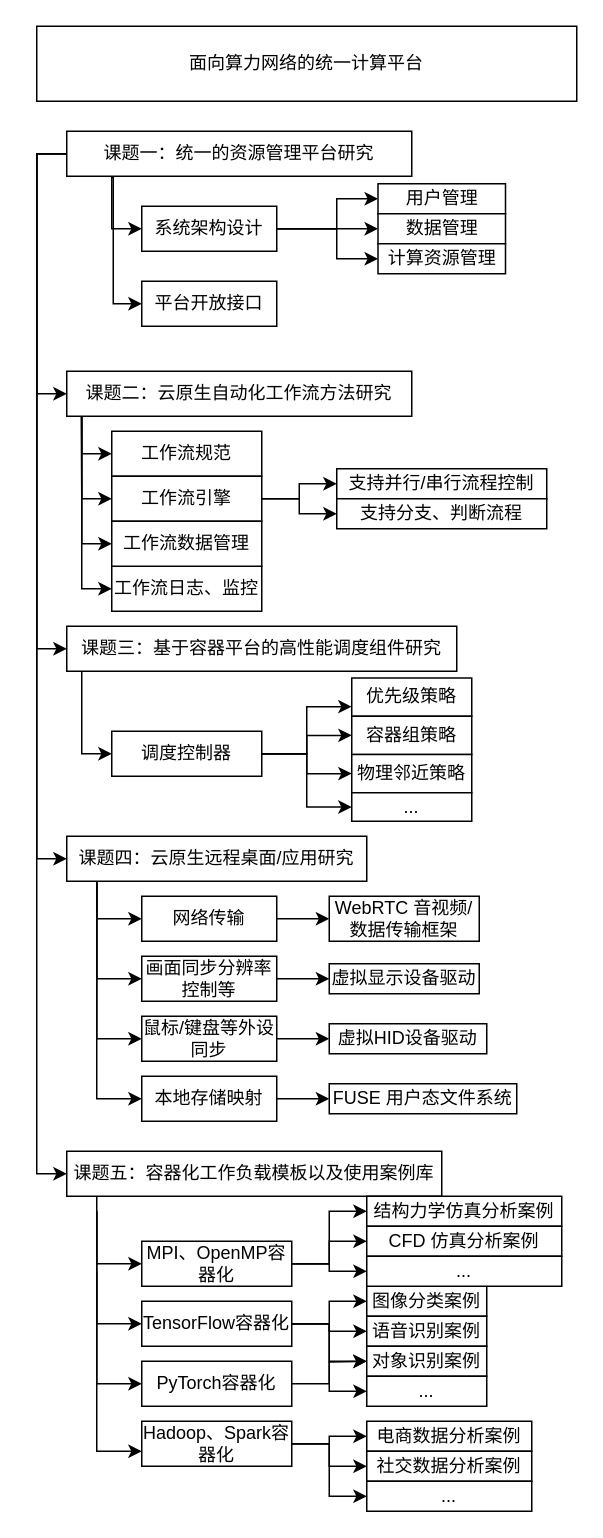
Before: page "第 2 页" (2 of 3) of suanflow.drawio in Fruneng/drawio-storage, a draw.io diagram. Source tidied: cells renumbered, new cells numbered last; positions are measured from the earlier drawing's top-left corner, leaving out a move shared by most shapes. Both pictures are drawn from the tidied source at 150%, with x=0, y=0 at pixel (36, 26).
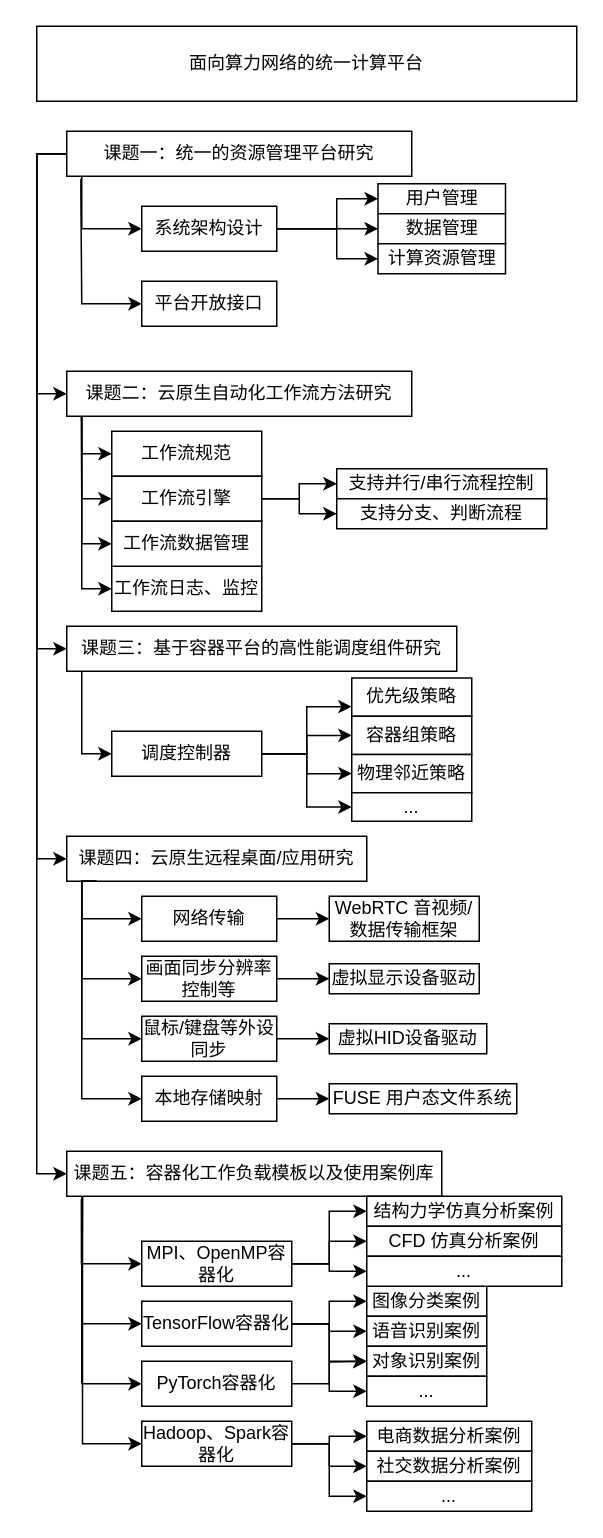
Above is the later version.

Unchanged cells that the change refers to:
```xml
<mxCell id="5" value="课题一：统一的资源管理平台研究" style="rounded=0;whiteSpace=wrap;html=1;" parent="1" vertex="1">
  <mxGeometry x="20" y="70" width="230" height="30" as="geometry" />
</mxCell>
<mxCell id="12" value="课题五：容器化工作负载模板以及使用案例库" style="rounded=0;whiteSpace=wrap;html=1;" parent="1" vertex="1">
  <mxGeometry x="20" y="750" width="250" height="30" as="geometry" />
</mxCell>
<mxCell id="16" value="MPI、OpenMP容器化" style="rounded=0;whiteSpace=wrap;html=1;" parent="1" vertex="1">
  <mxGeometry x="70" y="810" width="100" height="30" as="geometry" />
</mxCell>
<mxCell id="21" value="TensorFlow容器化" style="rounded=0;whiteSpace=wrap;html=1;" parent="1" vertex="1">
  <mxGeometry x="70" y="850" width="100" height="30" as="geometry" />
</mxCell>
<mxCell id="66" value="系统架构设计" style="rounded=0;whiteSpace=wrap;html=1;" parent="1" vertex="1">
  <mxGeometry x="70" y="120" width="90" height="30" as="geometry" />
</mxCell>
<mxCell id="67" value="平台开放接口" style="rounded=0;whiteSpace=wrap;html=1;" parent="1" vertex="1">
  <mxGeometry x="70" y="170" width="90" height="30" as="geometry" />
</mxCell>
<mxCell id="72" value="课题四：云原生远程桌面/应用研究" style="rounded=0;whiteSpace=wrap;html=1;" parent="1" vertex="1">
  <mxGeometry x="20" y="540" width="200" height="30" as="geometry" />
</mxCell>
<mxCell id="76" value="画面同步分辨率控制等" style="rounded=0;whiteSpace=wrap;html=1;" parent="1" vertex="1">
  <mxGeometry x="70" y="620" width="90" height="30" as="geometry" />
</mxCell>
<mxCell id="78" value="鼠标/键盘等外设同步" style="rounded=0;whiteSpace=wrap;html=1;" parent="1" vertex="1">
  <mxGeometry x="70" y="660" width="90" height="30" as="geometry" />
</mxCell>
<mxCell id="81" value="本地存储映射" style="rounded=0;whiteSpace=wrap;html=1;" parent="1" vertex="1">
  <mxGeometry x="70" y="700" width="90" height="30" as="geometry" />
</mxCell>
<mxCell id="87" value="网络传输" style="rounded=0;whiteSpace=wrap;html=1;" parent="1" vertex="1">
  <mxGeometry x="70" y="580" width="90" height="30" as="geometry" />
</mxCell>
```

Change to the diagram source:
```diff
@@
     <mxCell id="4" style="edgeStyle=orthogonalEdgeStyle;rounded=0;jettySize=auto;html=1;entryX=0;entryY=0.5;entryDx=0;entryDy=0;" parent="1" edge="1" source="5" target="66">
       <mxGeometry relative="1" as="geometry">
         <Array as="points">
-          <mxPoint x="50" y="135" />
+          <mxPoint x="30" y="135" />
         </Array>
       </mxGeometry>
     </mxCell>
@@
-    <mxCell id="10" style="edgeStyle=orthogonalEdgeStyle;rounded=0;jettySize=auto;html=1;entryX=0;entryY=0.5;entryDx=0;entryDy=0;exitX=0.25;exitY=1;exitDx=0;exitDy=0;" parent="1" edge="1" source="12" target="16">
+    <mxCell id="10" style="edgeStyle=orthogonalEdgeStyle;rounded=0;jettySize=auto;html=1;entryX=0;entryY=0.5;entryDx=0;entryDy=0;exitX=0.039;exitY=1.069;exitDx=0;exitDy=0;exitPerimeter=0;" parent="1" edge="1" source="12" target="16">
       <mxGeometry relative="1" as="geometry">
         <Array as="points">
-          <mxPoint x="40" y="780" />
-          <mxPoint x="40" y="825" />
+          <mxPoint x="30" y="825" />
         </Array>
       </mxGeometry>
     </mxCell>
-    <mxCell id="11" style="edgeStyle=orthogonalEdgeStyle;rounded=0;jettySize=auto;html=1;entryX=0;entryY=0.5;entryDx=0;entryDy=0;" parent="1" edge="1" target="21">
+    <mxCell id="11" style="edgeStyle=orthogonalEdgeStyle;rounded=0;jettySize=auto;html=1;entryX=0;entryY=0.5;entryDx=0;entryDy=0;exitX=0.042;exitY=0.99;exitDx=0;exitDy=0;exitPerimeter=0;" parent="1" edge="1" source="12" target="21">
       <mxGeometry relative="1" as="geometry">
-        <mxPoint x="40" y="790" as="sourcePoint" />
         <Array as="points">
-          <mxPoint x="40" y="865" />
+          <mxPoint x="31" y="790" />
+          <mxPoint x="30" y="865" />
         </Array>
       </mxGeometry>
     </mxCell>
@@
     <mxCell id="34" style="edgeStyle=orthogonalEdgeStyle;rounded=0;orthogonalLoop=1;jettySize=auto;html=1;entryX=0;entryY=0.5;entryDx=0;entryDy=0;" parent="1" edge="1">
       <mxGeometry relative="1" as="geometry">
-        <mxPoint x="40" y="830" as="sourcePoint" />
+        <mxPoint x="30" y="780" as="sourcePoint" />
         <mxPoint x="70" y="905" as="targetPoint" />
         <Array as="points">
-          <mxPoint x="40" y="905" />
+          <mxPoint x="30" y="830" />
+          <mxPoint x="30" y="905" />
         </Array>
       </mxGeometry>
     </mxCell>
-    <mxCell id="35" style="edgeStyle=orthogonalEdgeStyle;rounded=0;orthogonalLoop=1;jettySize=auto;html=1;" parent="1" edge="1">
+    <mxCell id="35" style="edgeStyle=orthogonalEdgeStyle;rounded=0;jettySize=auto;html=1;exitX=0.042;exitY=1.01;exitDx=0;exitDy=0;exitPerimeter=0;" parent="1" edge="1" source="12">
       <mxGeometry relative="1" as="geometry">
-        <mxPoint x="40" y="790" as="sourcePoint" />
-        <mxPoint x="70" y="950" as="targetPoint" />
+        <mxPoint x="70" y="945" as="targetPoint" />
         <Array as="points">
-          <mxPoint x="40" y="950" />
-          <mxPoint x="70" y="950" />
+          <mxPoint x="31" y="945" />
         </Array>
       </mxGeometry>
     </mxCell>
@@
-    <mxCell id="68" style="edgeStyle=orthogonalEdgeStyle;rounded=0;jettySize=auto;html=1;entryX=0;entryY=0.5;entryDx=0;entryDy=0;" parent="1" edge="1" target="67">
-      <mxGeometry relative="1" as="geometry">
-        <mxPoint x="50" y="100" as="sourcePoint" />
-        <Array as="points">
-          <mxPoint x="51" y="101" />
-          <mxPoint x="51" y="185" />
-        </Array>
-      </mxGeometry>
-    </mxCell>
@@
     <mxCell id="71" style="edgeStyle=orthogonalEdgeStyle;rounded=0;jettySize=auto;html=1;entryX=0;entryY=0.5;entryDx=0;entryDy=0;" parent="1" edge="1" source="72" target="76">
       <mxGeometry relative="1" as="geometry">
         <Array as="points">
-          <mxPoint x="40" y="635" />
+          <mxPoint x="30" y="635" />
         </Array>
       </mxGeometry>
     </mxCell>
@@
     <mxCell id="82" style="edgeStyle=orthogonalEdgeStyle;rounded=0;jettySize=auto;html=1;entryX=0;entryY=0.5;entryDx=0;entryDy=0;" parent="1" edge="1" target="78">
       <mxGeometry relative="1" as="geometry">
         <mxPoint x="40" y="570" as="sourcePoint" />
         <Array as="points">
-          <mxPoint x="40" y="675" />
+          <mxPoint x="30" y="570" />
+          <mxPoint x="30" y="675" />
         </Array>
       </mxGeometry>
     </mxCell>
     <mxCell id="83" style="edgeStyle=orthogonalEdgeStyle;rounded=0;jettySize=auto;html=1;entryX=0;entryY=0.5;entryDx=0;entryDy=0;" parent="1" edge="1" target="81">
       <mxGeometry relative="1" as="geometry">
         <mxPoint x="40" y="570" as="sourcePoint" />
         <Array as="points">
-          <mxPoint x="40" y="715" />
+          <mxPoint x="30" y="570" />
+          <mxPoint x="30" y="715" />
         </Array>
       </mxGeometry>
     </mxCell>
@@
     <mxCell id="88" style="edgeStyle=orthogonalEdgeStyle;rounded=0;jettySize=auto;html=1;entryX=0;entryY=0.5;entryDx=0;entryDy=0;" parent="1" edge="1" target="87">
       <mxGeometry relative="1" as="geometry">
         <mxPoint x="40" y="570" as="sourcePoint" />
         <Array as="points">
-          <mxPoint x="40" y="595" />
+          <mxPoint x="30" y="570" />
+          <mxPoint x="30" y="595" />
         </Array>
       </mxGeometry>
     </mxCell>
+    <mxCell id="89" style="edgeStyle=orthogonalEdgeStyle;rounded=0;jettySize=auto;html=1;entryX=0;entryY=0.5;entryDx=0;entryDy=0;exitX=0.041;exitY=1.055;exitDx=0;exitDy=0;exitPerimeter=0;" parent="1" edge="1" source="5" target="67">
+      <mxGeometry relative="1" as="geometry">
+        <Array as="points">
+          <mxPoint x="29" y="110" />
+          <mxPoint x="30" y="110" />
+          <mxPoint x="30" y="185" />
+        </Array>
+      </mxGeometry>
+    </mxCell>
```
